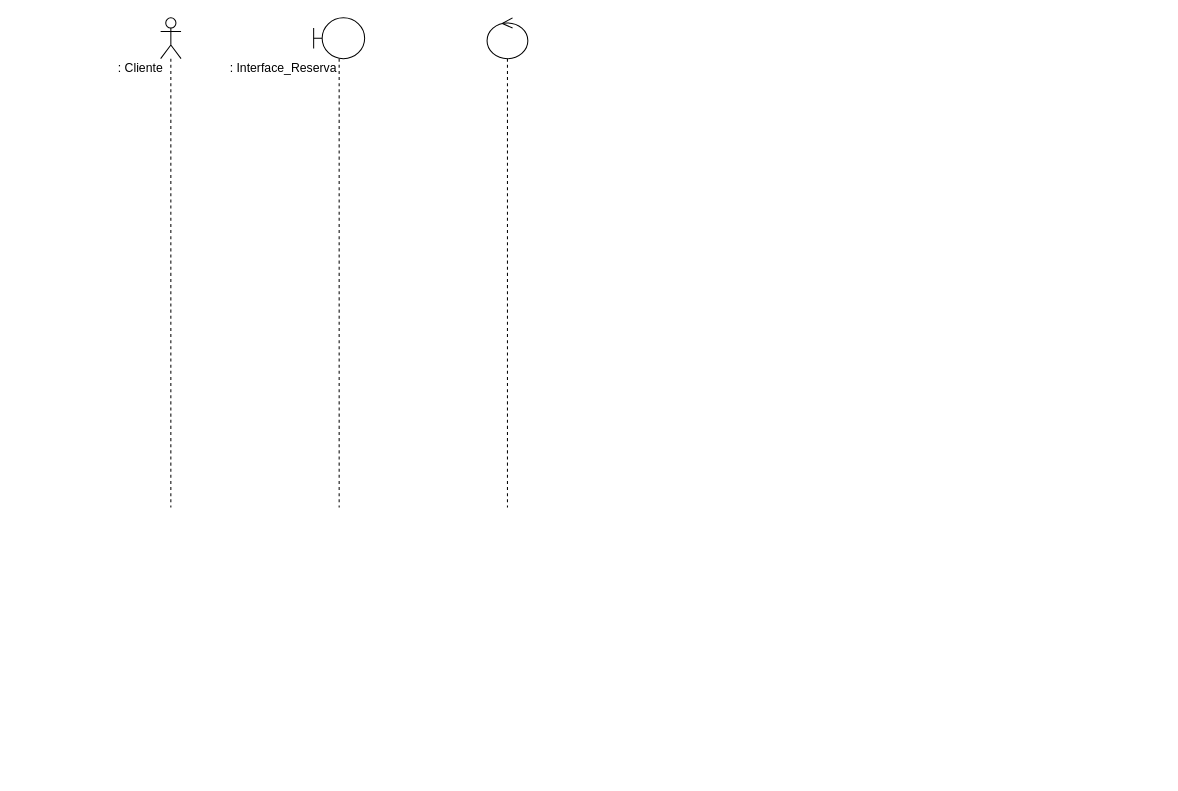
Before: Diagrama de Sequencia.drawio in mateuscaldasbr/Villa-Food-Delivery, a draw.io diagram. Source tidied: cells renumbered, new cells numbered last; positions are measured from the earlier drawing's top-left corner, leaving out a move shared by most shapes. Both pictures are drawn from the tidied source at 102%, with x=0, y=0 at pixel (109, 17).
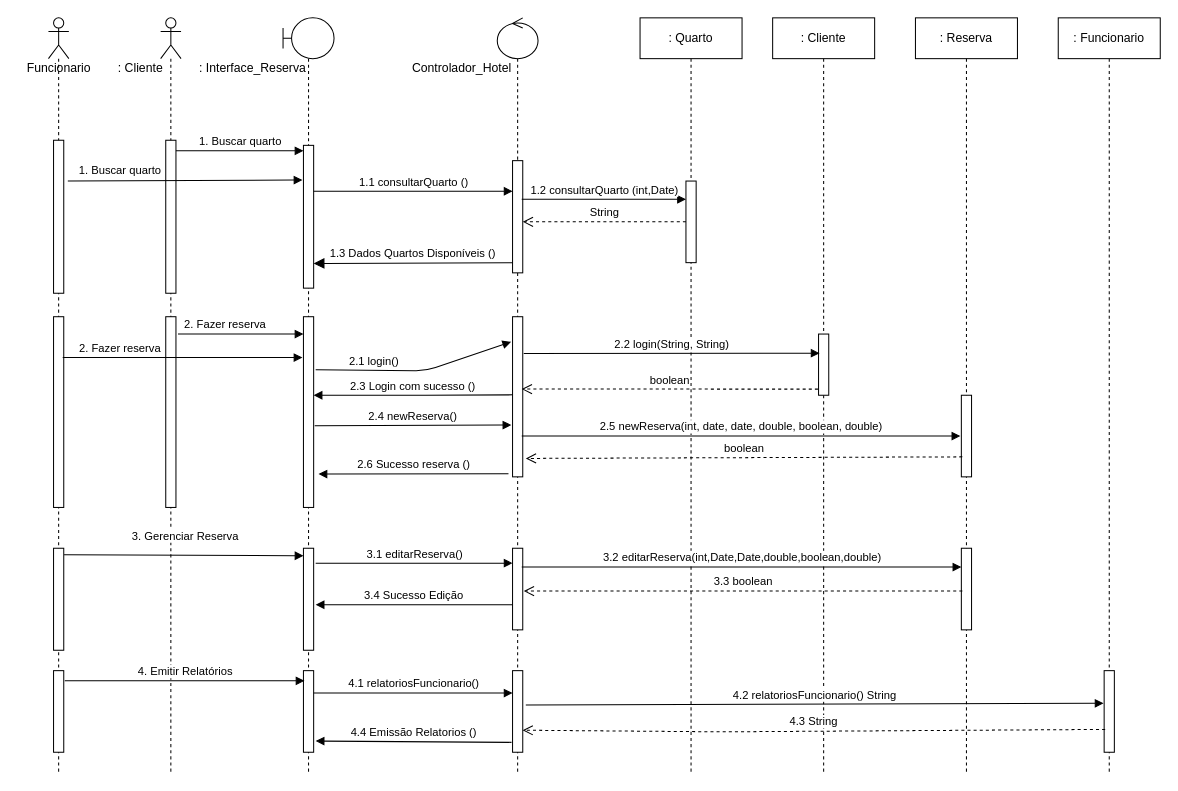
The same page after the edit.

Change to the diagram source:
```diff
@@
     <mxCell id="2" style="shape=umlLifeline;participant=umlActor;perimeter=lifelinePerimeter;whiteSpace=wrap;html=1;verticalAlign=top;spacingTop=36;" parent="1" vertex="1">
-      <mxGeometry x="50" width="20" height="480" as="geometry" />
+      <mxGeometry x="50" width="20" height="740" as="geometry" />
     </mxCell>
+    <mxCell id="7" style="html=1;points=[];perimeter=orthogonalPerimeter;" parent="2" vertex="1">
+      <mxGeometry x="5" y="120" width="10" height="150" as="geometry" />
+    </mxCell>
+    <mxCell id="8" style="html=1;perimeter=orthogonalPerimeter;" parent="2" vertex="1">
+      <mxGeometry x="5" y="293" width="10" height="187" as="geometry" />
+    </mxCell>
@@
     <mxCell id="4" style="shape=umlLifeline;participant=umlBoundary;perimeter=lifelinePerimeter;whiteSpace=wrap;html=1;verticalAlign=top;spacingTop=36;" parent="1" vertex="1">
-      <mxGeometry x="200" width="50" height="480" as="geometry" />
+      <mxGeometry x="170" width="50" height="740" as="geometry" />
     </mxCell>
+    <mxCell id="9" style="html=1;points=[];perimeter=orthogonalPerimeter;" parent="4" vertex="1">
+      <mxGeometry x="20" y="125" width="10" height="140" as="geometry" />
+    </mxCell>
+    <mxCell id="10" style="html=1;points=[];perimeter=orthogonalPerimeter;" parent="4" vertex="1">
+      <mxGeometry x="20" y="293" width="10" height="187" as="geometry" />
+    </mxCell>
+    <mxCell id="11" style="html=1;points=[];perimeter=orthogonalPerimeter;" parent="4" vertex="1">
+      <mxGeometry x="20" y="520" width="10" height="100" as="geometry" />
+    </mxCell>
+    <mxCell id="12" style="html=1;points=[];perimeter=orthogonalPerimeter;" parent="4" vertex="1">
+      <mxGeometry x="20" y="640" width="10" height="80" as="geometry" />
+    </mxCell>
     <mxCell id="5" value=": Interface_Reserva" style="text;html=1;align=center;verticalAlign=middle;" parent="1" vertex="1">
-      <mxGeometry x="110" y="40" width="120" height="20" as="geometry" />
+      <mxGeometry x="80" y="40" width="120" height="20" as="geometry" />
     </mxCell>
     <mxCell id="6" style="shape=umlLifeline;participant=umlControl;perimeter=lifelinePerimeter;whiteSpace=wrap;html=1;verticalAlign=top;spacingTop=36;" parent="1" vertex="1">
-      <mxGeometry x="370" width="40" height="480" as="geometry" />
+      <mxGeometry x="380" width="40" height="740" as="geometry" />
     </mxCell>
+    <mxCell id="13" style="html=1;points=[];perimeter=orthogonalPerimeter;" parent="6" vertex="1">
+      <mxGeometry x="15" y="140" width="10" height="110" as="geometry" />
+    </mxCell>
+    <mxCell id="14" style="html=1;points=[];perimeter=orthogonalPerimeter;" parent="6" vertex="1">
+      <mxGeometry x="15" y="293" width="10" height="157" as="geometry" />
+    </mxCell>
+    <mxCell id="15" style="html=1;points=[];perimeter=orthogonalPerimeter;" parent="6" vertex="1">
+      <mxGeometry x="15" y="520" width="10" height="80" as="geometry" />
+    </mxCell>
+    <mxCell id="16" style="html=1;points=[];perimeter=orthogonalPerimeter;" parent="6" vertex="1">
+      <mxGeometry x="15" y="640" width="10" height="80" as="geometry" />
+    </mxCell>
+    <mxCell id="17" value="&lt;div&gt;Controlador_Hotel&lt;/div&gt;" style="text;html=1;align=center;verticalAlign=middle;" parent="1" vertex="1">
+      <mxGeometry x="290" y="40" width="110" height="20" as="geometry" />
+    </mxCell>
+    <mxCell id="18" value=": Reserva" style="shape=umlLifeline;perimeter=lifelinePerimeter;whiteSpace=wrap;html=1;" parent="1" vertex="1">
+      <mxGeometry x="790" width="100" height="740" as="geometry" />
+    </mxCell>
+    <mxCell id="19" style="html=1;points=[];perimeter=orthogonalPerimeter;" parent="18" vertex="1">
+      <mxGeometry x="45" y="520" width="10" height="80" as="geometry" />
+    </mxCell>
+    <mxCell id="20" value=": Cliente" style="shape=umlLifeline;perimeter=lifelinePerimeter;whiteSpace=wrap;html=1;" parent="1" vertex="1">
+      <mxGeometry x="650" width="100" height="740" as="geometry" />
+    </mxCell>
+    <mxCell id="21" style="html=1;points=[];perimeter=orthogonalPerimeter;" parent="20" vertex="1">
+      <mxGeometry x="45" y="310" width="10" height="60" as="geometry" />
+    </mxCell>
+    <mxCell id="22" value=": Quarto" style="shape=umlLifeline;perimeter=lifelinePerimeter;whiteSpace=wrap;html=1;" parent="1" vertex="1">
+      <mxGeometry x="520" width="100" height="740" as="geometry" />
+    </mxCell>
+    <mxCell id="23" style="html=1;points=[];perimeter=orthogonalPerimeter;" parent="22" vertex="1">
+      <mxGeometry x="45" y="160" width="10" height="80" as="geometry" />
+    </mxCell>
+    <mxCell id="24" value="1. Buscar quarto" style="html=1;verticalAlign=bottom;endArrow=block;entryX=0;entryY=0.038;entryDx=0;entryDy=0;entryPerimeter=0;" parent="1" edge="1" source="7" target="9">
+      <mxGeometry relative="1" as="geometry" />
+    </mxCell>
+    <mxCell id="25" value="1.1 consultarQuarto ()" style="html=1;verticalAlign=bottom;endArrow=block;" parent="1" edge="1" source="9" target="13">
+      <mxGeometry relative="1" as="geometry">
+        <Array as="points">
+          <mxPoint x="240" y="170" />
+          <mxPoint x="350" y="170" />
+        </Array>
+      </mxGeometry>
+    </mxCell>
+    <mxCell id="26" value="1.2 consultarQuarto (int,Date)" style="html=1;verticalAlign=bottom;endArrow=block;exitX=0.9;exitY=0.345;exitDx=0;exitDy=0;exitPerimeter=0;" parent="1" edge="1" source="13" target="23">
+      <mxGeometry relative="1" as="geometry" />
+    </mxCell>
+    <mxCell id="27" value="String" style="html=1;verticalAlign=bottom;endArrow=open;dashed=1;endSize=8;" parent="1" edge="1" source="23" target="13">
+      <mxGeometry relative="1" as="geometry" />
+    </mxCell>
+    <mxCell id="28" value="1.3 Dados Quartos Disponíveis ()" style="html=1;verticalAlign=bottom;endArrow=block;endSize=8;exitX=0;exitY=0.909;exitDx=0;exitDy=0;exitPerimeter=0;endFill=1;entryX=1;entryY=0.827;entryDx=0;entryDy=0;entryPerimeter=0;" parent="1" edge="1" source="13" target="9">
+      <mxGeometry relative="1" as="geometry" />
+    </mxCell>
+    <mxCell id="29" value="2. Fazer reserva" style="html=1;verticalAlign=bottom;endArrow=block;" parent="1" edge="1">
+      <mxGeometry x="-0.25" relative="1" as="geometry">
+        <mxPoint x="67" y="310" as="sourcePoint" />
+        <mxPoint x="190" y="310" as="targetPoint" />
+      </mxGeometry>
+    </mxCell>
+    <mxCell id="30" value="2.1 login()" style="html=1;verticalAlign=bottom;endArrow=block;entryX=-0.14;entryY=0.157;entryDx=0;entryDy=0;entryPerimeter=0;exitX=1.2;exitY=0.278;exitDx=0;exitDy=0;exitPerimeter=0;" parent="1" edge="1" source="10" target="14">
+      <mxGeometry x="-0.42" relative="1" as="geometry">
+        <Array as="points">
+          <mxPoint x="310" y="346" />
+        </Array>
+      </mxGeometry>
+    </mxCell>
+    <mxCell id="31" value="2.2 login(String, String)" style="html=1;verticalAlign=bottom;endArrow=block;entryX=0.1;entryY=0.313;entryDx=0;entryDy=0;entryPerimeter=0;" parent="1" edge="1" target="21">
+      <mxGeometry relative="1" as="geometry">
+        <mxPoint x="406" y="329" as="sourcePoint" />
+      </mxGeometry>
+    </mxCell>
+    <mxCell id="32" value="boolean" style="html=1;verticalAlign=bottom;endArrow=open;dashed=1;endSize=8;entryX=0.9;entryY=0.452;entryDx=0;entryDy=0;entryPerimeter=0;exitX=-0.06;exitY=0.9;exitDx=0;exitDy=0;exitPerimeter=0;" parent="1" edge="1" source="21" target="14">
+      <mxGeometry relative="1" as="geometry" />
+    </mxCell>
+    <mxCell id="33" value="2.3 Login com sucesso ()" style="html=1;verticalAlign=bottom;endArrow=block;exitX=0.02;exitY=0.488;exitDx=0;exitDy=0;exitPerimeter=0;" parent="1" edge="1" source="14">
+      <mxGeometry relative="1" as="geometry">
+        <mxPoint x="200" y="370" as="targetPoint" />
+        <Array as="points">
+          <mxPoint x="300" y="370" />
+        </Array>
+      </mxGeometry>
+    </mxCell>
+    <mxCell id="34" value="2.4 newReserva()" style="html=1;verticalAlign=bottom;endArrow=block;entryX=-0.22;entryY=0.836;entryDx=0;entryDy=0;entryPerimeter=0;" parent="1" edge="1">
+      <mxGeometry relative="1" as="geometry">
+        <mxPoint x="201" y="400" as="sourcePoint" />
+        <mxPoint x="393.8" y="399.2" as="targetPoint" />
+      </mxGeometry>
+    </mxCell>
+    <mxCell id="35" value="2.5 newReserva(int, date, date, double, boolean, double)" style="html=1;verticalAlign=bottom;endArrow=block;" parent="1" edge="1">
+      <mxGeometry relative="1" as="geometry">
+        <mxPoint x="404" y="410" as="sourcePoint" />
+        <mxPoint x="834" y="410" as="targetPoint" />
+        <Array as="points">
+          <mxPoint x="569" y="410" />
+        </Array>
+      </mxGeometry>
+    </mxCell>
+    <mxCell id="36" style="html=1;points=[];perimeter=orthogonalPerimeter;" parent="1" vertex="1">
+      <mxGeometry x="835" y="370" width="10" height="80" as="geometry" />
+    </mxCell>
+    <mxCell id="37" value="boolean" style="html=1;verticalAlign=bottom;endArrow=open;dashed=1;endSize=8;exitX=0.1;exitY=0.755;exitDx=0;exitDy=0;exitPerimeter=0;entryX=1.3;entryY=0.885;entryDx=0;entryDy=0;entryPerimeter=0;" parent="1" edge="1" source="36" target="14">
+      <mxGeometry relative="1" as="geometry" />
+    </mxCell>
+    <mxCell id="38" value="2.6 Sucesso reserva () " style="html=1;verticalAlign=bottom;endArrow=block;entryX=1.48;entryY=0.825;entryDx=0;entryDy=0;entryPerimeter=0;" parent="1" edge="1" target="10">
+      <mxGeometry relative="1" as="geometry">
+        <mxPoint x="391" y="447" as="sourcePoint" />
+      </mxGeometry>
+    </mxCell>
+    <mxCell id="39" style="shape=umlLifeline;participant=umlActor;perimeter=lifelinePerimeter;whiteSpace=wrap;html=1;verticalAlign=top;spacingTop=36;" parent="1" vertex="1">
+      <mxGeometry x="-60" width="20" height="740" as="geometry" />
+    </mxCell>
+    <mxCell id="40" style="html=1;points=[];perimeter=orthogonalPerimeter;" parent="39" vertex="1">
+      <mxGeometry x="5" y="120" width="10" height="150" as="geometry" />
+    </mxCell>
+    <mxCell id="41" style="html=1;points=[];perimeter=orthogonalPerimeter;" parent="39" vertex="1">
+      <mxGeometry x="5" y="293" width="10" height="187" as="geometry" />
+    </mxCell>
+    <mxCell id="42" style="html=1;points=[];perimeter=orthogonalPerimeter;" parent="39" vertex="1">
+      <mxGeometry x="5" y="520" width="10" height="100" as="geometry" />
+    </mxCell>
+    <mxCell id="43" value="Funcionario" style="text;html=1;align=center;verticalAlign=middle;" parent="1" vertex="1">
+      <mxGeometry x="-90" y="40" width="80" height="20" as="geometry" />
+    </mxCell>
+    <mxCell id="44" value="1. Buscar quarto" style="html=1;verticalAlign=bottom;endArrow=block;exitX=1.4;exitY=0.267;exitDx=0;exitDy=0;exitPerimeter=0;entryX=-0.1;entryY=0.243;entryDx=0;entryDy=0;entryPerimeter=0;" parent="1" edge="1" source="40" target="9">
+      <mxGeometry x="-0.56" y="1" relative="1" as="geometry" />
+    </mxCell>
+    <mxCell id="45" value="2. Fazer reserva" style="html=1;verticalAlign=bottom;endArrow=block;entryX=-0.1;entryY=0.214;entryDx=0;entryDy=0;entryPerimeter=0;exitX=0.9;exitY=0.214;exitDx=0;exitDy=0;exitPerimeter=0;" parent="1" edge="1" source="41" target="10">
+      <mxGeometry x="-0.52" relative="1" as="geometry" />
+    </mxCell>
+    <mxCell id="46" value="3. Gerenciar Reserva" style="html=1;verticalAlign=bottom;endArrow=block;entryX=0;entryY=0.074;entryDx=0;entryDy=0;entryPerimeter=0;exitX=1.033;exitY=0.063;exitDx=0;exitDy=0;exitPerimeter=0;" parent="1" edge="1" source="42" target="11">
+      <mxGeometry x="0.01" y="10" relative="1" as="geometry" />
+    </mxCell>
+    <mxCell id="47" value="3.1 editarReserva()" style="html=1;verticalAlign=bottom;endArrow=block;exitX=1.2;exitY=0.146;exitDx=0;exitDy=0;exitPerimeter=0;" parent="1" edge="1" source="11" target="15">
+      <mxGeometry relative="1" as="geometry" />
+    </mxCell>
+    <mxCell id="48" value="3.2 editarReserva(int,Date,Date,double,boolean,double)" style="html=1;verticalAlign=bottom;endArrow=block;exitX=0.9;exitY=0.231;exitDx=0;exitDy=0;exitPerimeter=0;" parent="1" edge="1" source="15" target="19">
+      <mxGeometry relative="1" as="geometry" />
+    </mxCell>
+    <mxCell id="49" value="3.3 boolean" style="html=1;verticalAlign=bottom;endArrow=open;dashed=1;endSize=8;entryX=1.1;entryY=0.525;entryDx=0;entryDy=0;entryPerimeter=0;exitX=0.1;exitY=0.525;exitDx=0;exitDy=0;exitPerimeter=0;" parent="1" edge="1" source="19" target="15">
+      <mxGeometry relative="1" as="geometry" />
+    </mxCell>
+    <mxCell id="50" value="3.4 Sucesso Edição" style="html=1;verticalAlign=bottom;endArrow=block;entryX=1.2;entryY=0.554;entryDx=0;entryDy=0;entryPerimeter=0;" parent="1" edge="1" source="15" target="11">
+      <mxGeometry relative="1" as="geometry" />
+    </mxCell>
+    <mxCell id="51" style="html=1;perimeter=orthogonalPerimeter;" parent="1" vertex="1">
+      <mxGeometry x="-55" y="640" width="10" height="80" as="geometry" />
+    </mxCell>
+    <mxCell id="52" value=": Funcionario" style="shape=umlLifeline;perimeter=lifelinePerimeter;whiteSpace=wrap;html=1;" parent="1" vertex="1">
+      <mxGeometry x="930" width="100" height="740" as="geometry" />
+    </mxCell>
+    <mxCell id="53" style="html=1;points=[];perimeter=orthogonalPerimeter;" parent="52" vertex="1">
+      <mxGeometry x="45" y="640" width="10" height="80" as="geometry" />
+    </mxCell>
+    <mxCell id="54" value="4. Emitir Relatórios" style="html=1;verticalAlign=bottom;endArrow=block;" parent="1" edge="1">
+      <mxGeometry relative="1" as="geometry">
+        <mxPoint x="-44" y="650" as="sourcePoint" />
+        <mxPoint x="191" y="650" as="targetPoint" />
+      </mxGeometry>
+    </mxCell>
+    <mxCell id="55" value="4.1 relatoriosFuncionario()" style="html=1;verticalAlign=bottom;endArrow=block;exitX=1;exitY=0.275;exitDx=0;exitDy=0;exitPerimeter=0;" parent="1" edge="1">
+      <mxGeometry relative="1" as="geometry">
+        <mxPoint x="200" y="662" as="sourcePoint" />
+        <mxPoint x="395" y="662" as="targetPoint" />
+      </mxGeometry>
+    </mxCell>
+    <mxCell id="56" value="4.2 relatoriosFuncionario() String" style="html=1;verticalAlign=bottom;endArrow=block;exitX=1.3;exitY=0.42;exitDx=0;exitDy=0;exitPerimeter=0;entryX=-0.06;entryY=0.4;entryDx=0;entryDy=0;entryPerimeter=0;" parent="1" edge="1" source="16" target="53">
+      <mxGeometry relative="1" as="geometry" />
+    </mxCell>
+    <mxCell id="57" value="4.3 String" style="html=1;verticalAlign=bottom;endArrow=open;dashed=1;endSize=8;entryX=0.98;entryY=0.73;entryDx=0;entryDy=0;entryPerimeter=0;exitX=0.1;exitY=0.72;exitDx=0;exitDy=0;exitPerimeter=0;" parent="1" edge="1" source="53" target="16">
+      <mxGeometry relative="1" as="geometry">
+        <Array as="points">
+          <mxPoint x="600" y="700" />
+        </Array>
+      </mxGeometry>
+    </mxCell>
+    <mxCell id="58" value="4.4 Emissão Relatorios ()" style="html=1;verticalAlign=bottom;endArrow=block;entryX=1.2;entryY=0.863;entryDx=0;entryDy=0;entryPerimeter=0;exitX=-0.1;exitY=0.879;exitDx=0;exitDy=0;exitPerimeter=0;" parent="1" edge="1" source="16" target="12">
+      <mxGeometry relative="1" as="geometry" />
+    </mxCell>
```
